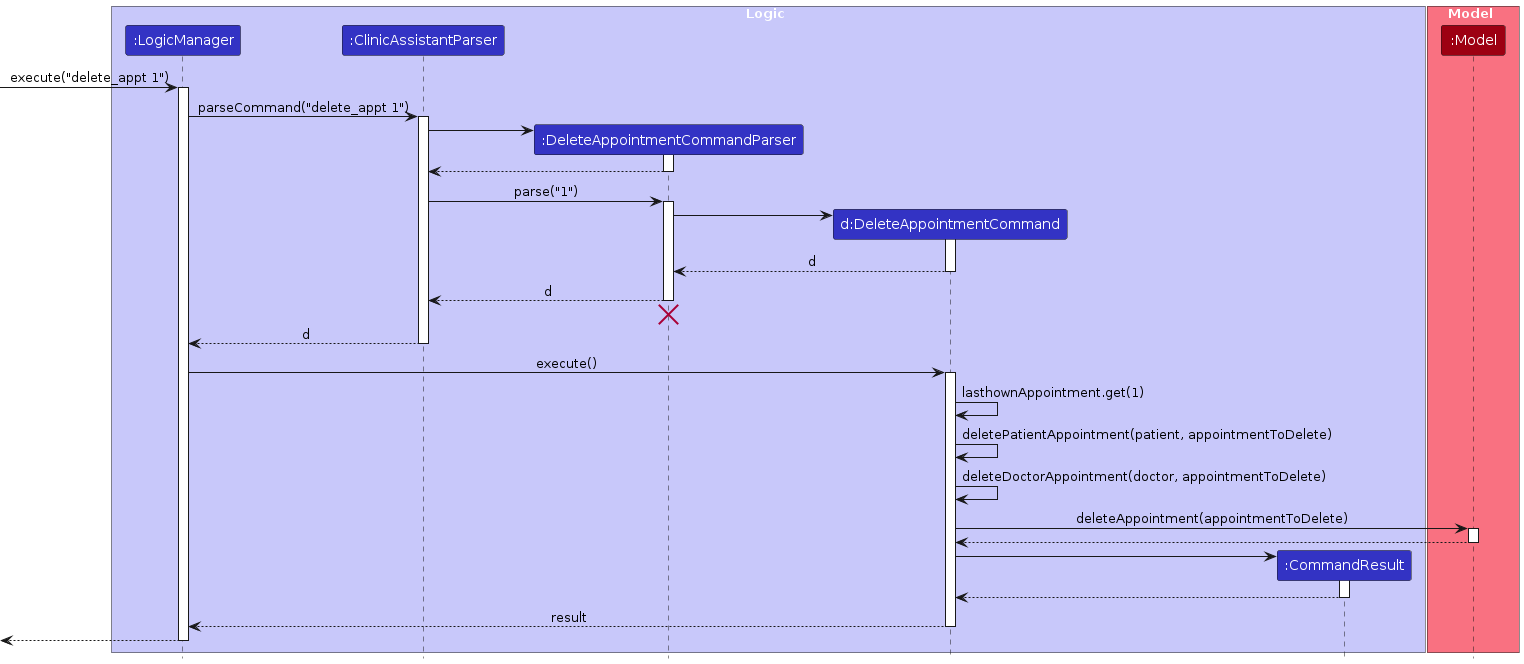
Before: diagrams/DeleteAppointments.png, a diagram exported from PlantUML (AY2324S1-CS2103T-W09-3/tp). Its source is kept beside it as diagrams/DeleteAppointments.puml.
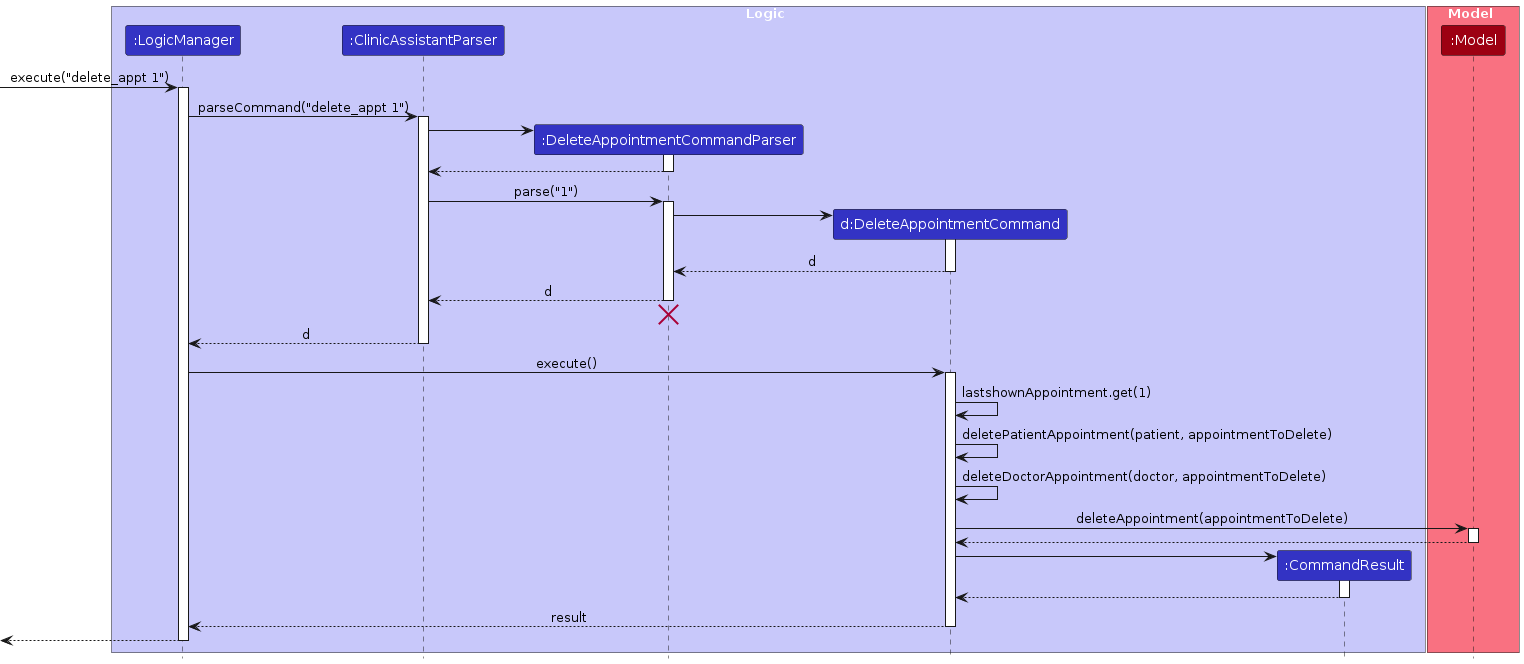
Above is the later version.

Diff of the diagram source:
```diff
@@ -49,7 +49,7 @@
 activate DeleteAppointmentCommand
 
 
-DeleteAppointmentCommand -> DeleteAppointmentCommand : lasthownAppointment.get(1)
+DeleteAppointmentCommand -> DeleteAppointmentCommand : lastshownAppointment.get(1)
 DeleteAppointmentCommand -> DeleteAppointmentCommand : deletePatientAppointment(patient, appointmentToDelete)
 DeleteAppointmentCommand -> DeleteAppointmentCommand : deleteDoctorAppointment(doctor, appointmentToDelete)
 
```
